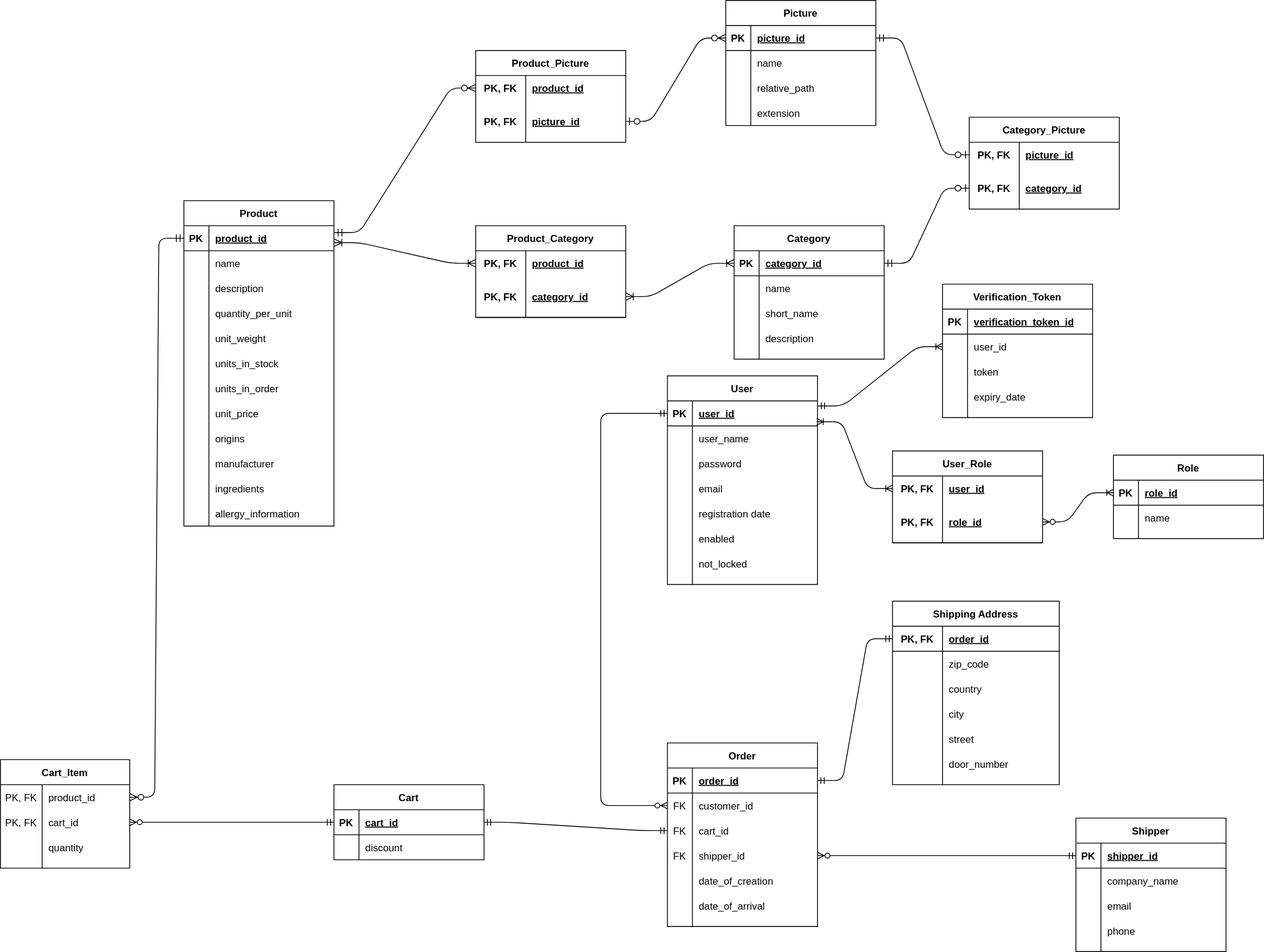
This is VB_UML.svg from LyakhnitskiyDP/VigilantBean, a draw.io export, as it was before one commit. Source tidied: cells renumbered, new cells last; positions are measured from the earlier drawing's top-left corner, leaving out a move shared by most shapes.
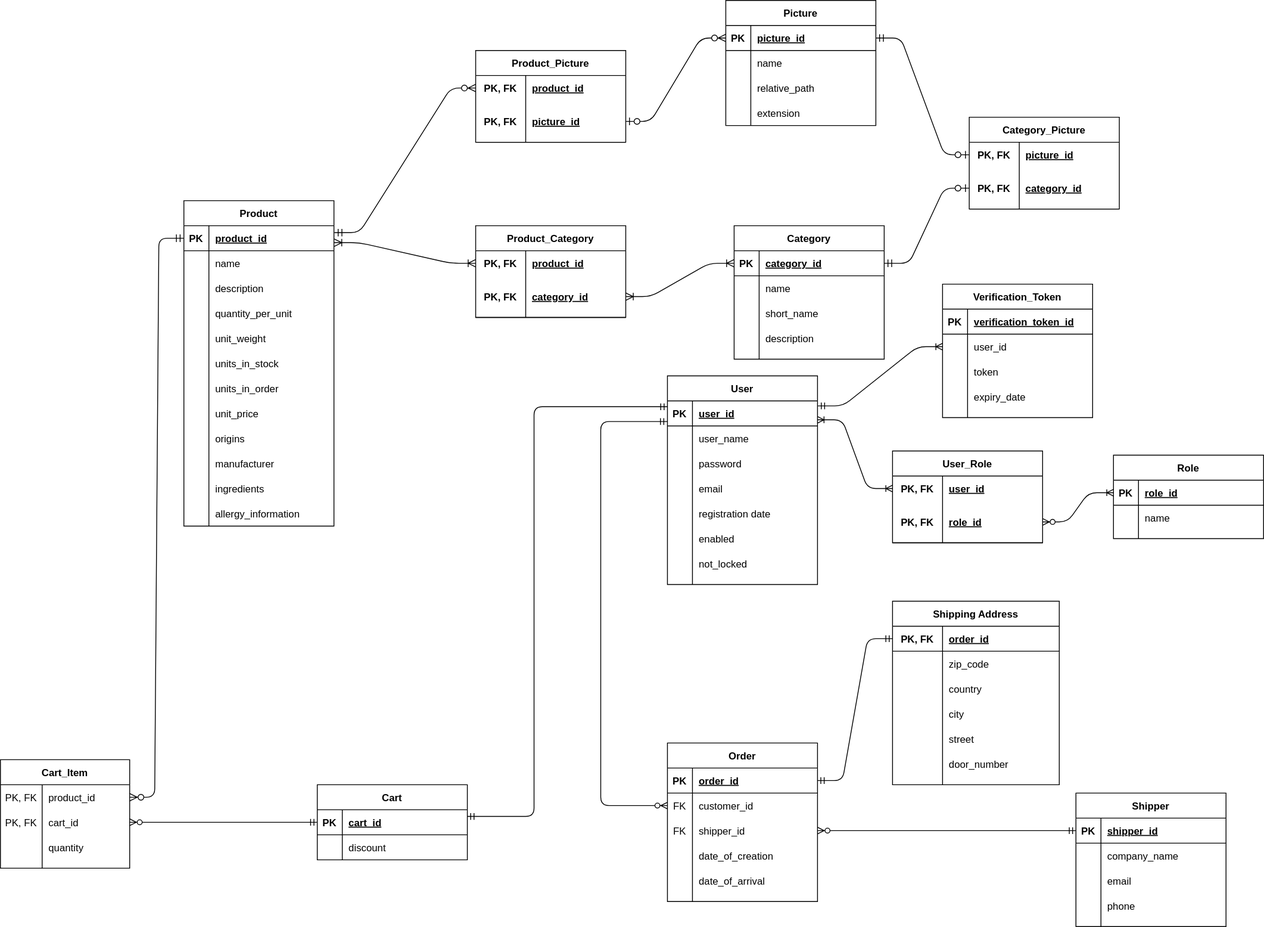
The same file after the commit.

Change to the diagram source:
```diff
@@ -315,7 +315,7 @@
       <mxGeometry x="50" width="105" height="30" as="geometry" />
     </mxCell>
     <mxCell id="106" value="Cart" style="shape=table;startSize=30;rowLines=0;fontStyle=1;align=center;" parent="1" vertex="1">
-      <mxGeometry x="400" y="940" width="180" height="90" as="geometry" />
+      <mxGeometry x="380" y="940" width="180" height="90" as="geometry" />
     </mxCell>
     <mxCell id="107" style="shape=partialRectangle;fillColor=none;top=0;left=0;bottom=1;right=0;points=[[0,0.5],[1,0.5]];portConstraint=eastwest;" parent="106" vertex="1">
       <mxGeometry y="30" width="180" height="30" as="geometry" />
@@ -342,7 +342,7 @@
       <mxGeometry relative="1" as="geometry" />
     </mxCell>
     <mxCell id="115" value="Order" style="shape=table;startSize=30;rowLines=0;fontStyle=1;align=center;" parent="1" vertex="1">
-      <mxGeometry x="800" y="890" width="180" height="220" as="geometry" />
+      <mxGeometry x="800" y="890" width="180" height="190" as="geometry" />
     </mxCell>
     <mxCell id="116" style="shape=partialRectangle;fillColor=none;top=0;left=0;bottom=1;right=0;points=[[0,0.5],[1,0.5]];portConstraint=eastwest;" parent="115" vertex="1">
       <mxGeometry y="30" width="180" height="30" as="geometry" />
@@ -362,17 +362,8 @@
     <mxCell id="121" value="customer_id" style="shape=partialRectangle;fillColor=none;top=0;left=0;bottom=0;right=0;align=left;spacingLeft=6;overflow=hidden;" parent="119" vertex="1">
       <mxGeometry x="30" width="150" height="30" as="geometry" />
     </mxCell>
-    <mxCell id="122" style="shape=partialRectangle;fillColor=none;top=0;left=0;bottom=0;right=0;points=[[0,0.5],[1,0.5]];portConstraint=eastwest;" parent="115" vertex="1">
-      <mxGeometry y="90" width="180" height="30" as="geometry" />
-    </mxCell>
-    <mxCell id="123" value="FK" style="shape=partialRectangle;fillColor=none;top=0;left=0;bottom=0;right=0;overflow=hidden;" parent="122" vertex="1">
-      <mxGeometry width="30" height="30" as="geometry" />
-    </mxCell>
-    <mxCell id="124" value="cart_id" style="shape=partialRectangle;fillColor=none;top=0;left=0;bottom=0;right=0;align=left;spacingLeft=6;overflow=hidden;" parent="122" vertex="1">
-      <mxGeometry x="30" width="150" height="30" as="geometry" />
-    </mxCell>
     <mxCell id="125" style="shape=partialRectangle;fillColor=none;top=0;left=0;bottom=0;right=0;points=[[0,0.5],[1,0.5]];portConstraint=eastwest;" parent="115" vertex="1">
-      <mxGeometry y="120" width="180" height="30" as="geometry" />
+      <mxGeometry y="90" width="180" height="30" as="geometry" />
     </mxCell>
     <mxCell id="126" value="FK" style="shape=partialRectangle;fillColor=none;top=0;left=0;bottom=0;right=0;overflow=hidden;" parent="125" vertex="1">
       <mxGeometry width="30" height="30" as="geometry" />
@@ -381,7 +372,7 @@
       <mxGeometry x="30" width="150" height="30" as="geometry" />
     </mxCell>
     <mxCell id="128" style="shape=partialRectangle;fillColor=none;top=0;left=0;bottom=0;right=0;" parent="115" vertex="1">
-      <mxGeometry y="150" width="180" height="30" as="geometry" />
+      <mxGeometry y="120" width="180" height="30" as="geometry" />
     </mxCell>
     <mxCell id="129" style="shape=partialRectangle;fillColor=none;top=0;left=0;bottom=0;right=0;overflow=hidden;" parent="128" vertex="1">
       <mxGeometry width="30" height="30" as="geometry" />
@@ -390,7 +381,7 @@
       <mxGeometry x="30" width="150" height="30" as="geometry" />
     </mxCell>
     <mxCell id="131" style="shape=partialRectangle;fillColor=none;top=0;left=0;bottom=0;right=0;" parent="115" vertex="1">
-      <mxGeometry y="180" width="180" height="30" as="geometry" />
+      <mxGeometry y="150" width="180" height="30" as="geometry" />
     </mxCell>
     <mxCell id="132" style="shape=partialRectangle;fillColor=none;top=0;left=0;bottom=0;right=0;overflow=hidden;" parent="131" vertex="1">
       <mxGeometry width="30" height="30" as="geometry" />
@@ -398,11 +389,8 @@
     <mxCell id="133" value="date_of_arrival" style="shape=partialRectangle;fillColor=none;top=0;left=0;bottom=0;right=0;align=left;spacingLeft=6;overflow=hidden;" parent="131" vertex="1">
       <mxGeometry x="30" width="150" height="30" as="geometry" />
     </mxCell>
-    <mxCell id="134" style="edgeStyle=entityRelationEdgeStyle;fontSize=12;html=1;endArrow=ERmandOne;startArrow=ERmandOne;strokeWidth=1;exitX=1;exitY=0.5;exitDx=0;exitDy=0;entryX=0;entryY=0.5;entryDx=0;entryDy=0;endFill=0;startFill=0;" parent="1" edge="1" source="107" target="122">
-      <mxGeometry relative="1" as="geometry" />
-    </mxCell>
     <mxCell id="135" value="Shipper" style="shape=table;startSize=30;rowLines=0;fontStyle=1;align=center;" parent="1" vertex="1">
-      <mxGeometry x="1290" y="980" width="180" height="160" as="geometry" />
+      <mxGeometry x="1290" y="950" width="180" height="160" as="geometry" />
     </mxCell>
     <mxCell id="136" style="shape=partialRectangle;fillColor=none;top=0;left=0;bottom=1;right=0;points=[[0,0.5],[1,0.5]];portConstraint=eastwest;" parent="135" vertex="1">
       <mxGeometry y="30" width="180" height="30" as="geometry" />
@@ -485,15 +473,13 @@
     <mxCell id="162" value="role_id" style="shape=partialRectangle;fillColor=none;top=0;left=0;bottom=0;right=0;align=left;spacingLeft=6;fontStyle=5;overflow=hidden;" parent="160" vertex="1">
       <mxGeometry x="60" width="120" height="50" as="geometry" />
     </mxCell>
-    <mxCell id="163" style="edgeStyle=entityRelationEdgeStyle;fontSize=12;html=1;endArrow=ERoneToMany;endFill=0;entryX=0;entryY=0.5;entryDx=0;entryDy=0;startArrow=ERoneToMany;startFill=0;" parent="1" edge="1" target="157">
-      <mxGeometry relative="1" as="geometry">
-        <mxPoint x="979" y="505" as="sourcePoint" />
-      </mxGeometry>
+    <mxCell id="163" style="edgeStyle=entityRelationEdgeStyle;fontSize=12;html=1;endArrow=ERoneToMany;endFill=0;entryX=0;entryY=0.5;entryDx=0;entryDy=0;startArrow=ERoneToMany;startFill=0;exitX=0.999;exitY=0.754;exitDx=0;exitDy=0;exitPerimeter=0;" parent="1" edge="1" source="3" target="157">
+      <mxGeometry relative="1" as="geometry" />
     </mxCell>
     <mxCell id="164" style="edgeStyle=entityRelationEdgeStyle;fontSize=12;html=1;endArrow=ERoneToMany;endFill=0;exitX=1;exitY=0.5;exitDx=0;exitDy=0;entryX=0;entryY=0.5;entryDx=0;entryDy=0;startArrow=ERzeroToMany;startFill=1;" parent="1" edge="1" source="160" target="150">
       <mxGeometry relative="1" as="geometry" />
     </mxCell>
-    <mxCell id="165" style="edgeStyle=elbowEdgeStyle;fontSize=12;html=1;endArrow=ERmandOne;endFill=0;startArrow=ERzeroToMany;entryX=0;entryY=0.5;entryDx=0;entryDy=0;rounded=1;exitX=0;exitY=0.5;exitDx=0;exitDy=0;startFill=1;" parent="1" edge="1" source="119" target="3">
+    <mxCell id="165" style="edgeStyle=elbowEdgeStyle;fontSize=12;html=1;endArrow=ERmandOne;endFill=0;startArrow=ERzeroToMany;entryX=-0.002;entryY=0.823;entryDx=0;entryDy=0;rounded=1;exitX=0;exitY=0.5;exitDx=0;exitDy=0;startFill=1;entryPerimeter=0;" parent="1" edge="1" source="119" target="3">
       <mxGeometry relative="1" as="geometry">
         <Array as="points">
           <mxPoint x="720" y="700" />
@@ -656,5 +642,13 @@
     <mxCell id="217" style="edgeStyle=entityRelationEdgeStyle;fontSize=12;html=1;endArrow=ERoneToMany;endFill=0;entryX=0;entryY=0.5;entryDx=0;entryDy=0;startArrow=ERmandOne;startFill=0;exitX=1.003;exitY=0.2;exitDx=0;exitDy=0;exitPerimeter=0;" parent="1" edge="1" source="3" target="208">
       <mxGeometry relative="1" as="geometry" />
     </mxCell>
+    <mxCell id="218" style="edgeStyle=orthogonalEdgeStyle;fontSize=12;html=1;endArrow=ERmandOne;startArrow=ERmandOne;strokeWidth=1;endFill=0;startFill=0;entryX=0;entryY=0.233;entryDx=0;entryDy=0;entryPerimeter=0;exitX=1;exitY=0.267;exitDx=0;exitDy=0;exitPerimeter=0;" parent="1" edge="1" source="107" target="3">
+      <mxGeometry relative="1" as="geometry">
+        <Array as="points">
+          <mxPoint x="640" y="978" />
+          <mxPoint x="640" y="487" />
+        </Array>
+      </mxGeometry>
+    </mxCell>
   </root>
 </mxGraphModel>
```
